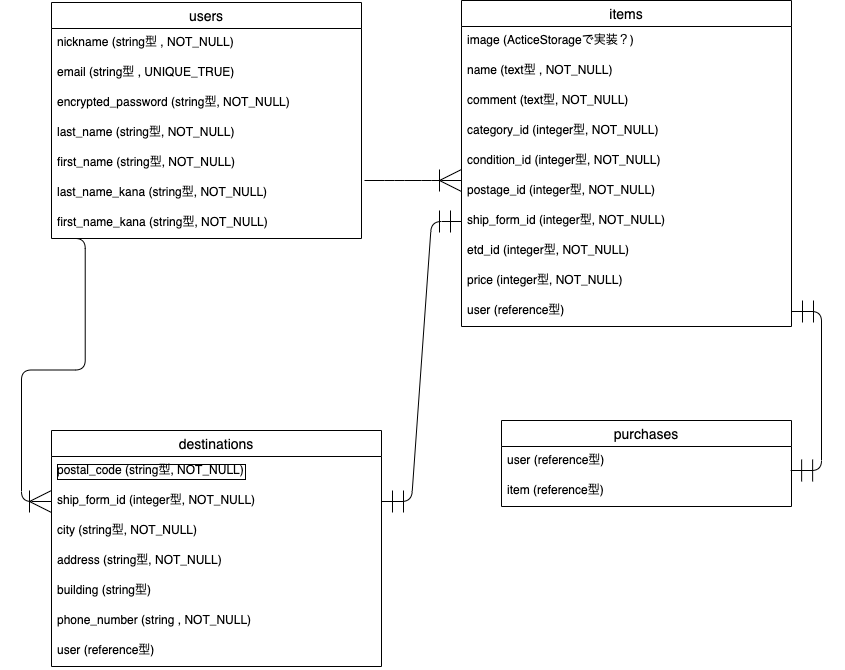
Above: config/furima-34845【ER図】.png in tn-0214/furima-34845 (draw.io), before the change. Source tidied: cells renumbered, new cells last; positions are measured from the earlier drawing's top-left corner, leaving out a move shared by most shapes. The source it was exported from:
```xml
<mxGraphModel>
  <root>
    <mxCell id="0" />
    <mxCell id="1" parent="0" />
    <mxCell id="2" value="users" style="swimlane;fontStyle=0;horizontal=1;startSize=26;align=center;fontSize=14;" parent="1" vertex="1">
      <mxGeometry y="2" width="310" height="236" as="geometry" />
    </mxCell>
    <mxCell id="3" value="nickname (string型 , NOT_NULL)" style="text;strokeColor=none;fillColor=none;spacingLeft=4;spacingRight=4;overflow=hidden;fontSize=12;" parent="2" vertex="1">
      <mxGeometry y="26" width="310" height="30" as="geometry" />
    </mxCell>
    <mxCell id="4" value="email (string型 , UNIQUE_TRUE)" style="text;strokeColor=none;fillColor=none;spacingLeft=4;spacingRight=4;overflow=hidden;fontSize=12;" parent="2" vertex="1">
      <mxGeometry y="56" width="310" height="30" as="geometry" />
    </mxCell>
    <mxCell id="5" value="encrypted_password (string型, NOT_NULL)" style="text;strokeColor=none;fillColor=none;spacingLeft=4;spacingRight=4;overflow=hidden;fontSize=12;" parent="2" vertex="1">
      <mxGeometry y="86" width="310" height="30" as="geometry" />
    </mxCell>
    <mxCell id="6" value="last_name (string型, NOT_NULL)" style="text;strokeColor=none;fillColor=none;spacingLeft=4;spacingRight=4;overflow=hidden;fontSize=12;" parent="2" vertex="1">
      <mxGeometry y="116" width="310" height="30" as="geometry" />
    </mxCell>
    <mxCell id="7" value="first_name (string型, NOT_NULL)" style="text;strokeColor=none;fillColor=none;spacingLeft=4;spacingRight=4;overflow=hidden;fontSize=12;" parent="2" vertex="1">
      <mxGeometry y="146" width="310" height="30" as="geometry" />
    </mxCell>
    <mxCell id="8" value="last_name_kana (string型, NOT_NULL)" style="text;strokeColor=none;fillColor=none;spacingLeft=4;spacingRight=4;overflow=hidden;fontSize=12;" parent="2" vertex="1">
      <mxGeometry y="176" width="310" height="30" as="geometry" />
    </mxCell>
    <mxCell id="9" value="first_name_kana (string型, NOT_NULL)" style="text;strokeColor=none;fillColor=none;spacingLeft=4;spacingRight=4;overflow=hidden;points=[[0,0.5],[1,0.5]];portConstraint=eastwest;fontSize=12;" parent="2" vertex="1">
      <mxGeometry y="206" width="310" height="30" as="geometry" />
    </mxCell>
    <mxCell id="10" value="items" style="swimlane;fontStyle=0;horizontal=1;startSize=26;align=center;fontSize=14;" parent="1" vertex="1">
      <mxGeometry x="410" width="330" height="326" as="geometry" />
    </mxCell>
    <mxCell id="11" value="image (ActiceStorageで実装？)" style="text;strokeColor=none;fillColor=none;spacingLeft=4;spacingRight=4;overflow=hidden;fontSize=12;" parent="10" vertex="1">
      <mxGeometry y="26" width="330" height="30" as="geometry" />
    </mxCell>
    <mxCell id="12" value="name (text型 , NOT_NULL)" style="text;strokeColor=none;fillColor=none;spacingLeft=4;spacingRight=4;overflow=hidden;fontSize=12;" parent="10" vertex="1">
      <mxGeometry y="56" width="330" height="30" as="geometry" />
    </mxCell>
    <mxCell id="13" value="comment (text型, NOT_NULL)" style="text;strokeColor=none;fillColor=none;spacingLeft=4;spacingRight=4;overflow=hidden;fontSize=12;" parent="10" vertex="1">
      <mxGeometry y="86" width="330" height="30" as="geometry" />
    </mxCell>
    <mxCell id="14" value="category_id (integer型, NOT_NULL)" style="text;strokeColor=none;fillColor=none;spacingLeft=4;spacingRight=4;overflow=hidden;fontSize=12;" parent="10" vertex="1">
      <mxGeometry y="116" width="330" height="30" as="geometry" />
    </mxCell>
    <mxCell id="15" value="condition_id (integer型, NOT_NULL)" style="text;strokeColor=none;fillColor=none;spacingLeft=4;spacingRight=4;overflow=hidden;fontSize=12;" parent="10" vertex="1">
      <mxGeometry y="146" width="330" height="30" as="geometry" />
    </mxCell>
    <mxCell id="16" value="postage_id (integer型, NOT_NULL)" style="text;strokeColor=none;fillColor=none;spacingLeft=4;spacingRight=4;overflow=hidden;fontSize=12;" parent="10" vertex="1">
      <mxGeometry y="176" width="330" height="30" as="geometry" />
    </mxCell>
    <mxCell id="17" value="ship_form_id (integer型, NOT_NULL)" style="text;strokeColor=none;fillColor=none;spacingLeft=4;spacingRight=4;overflow=hidden;points=[[0,0.5],[1,0.5]];portConstraint=eastwest;fontSize=12;" parent="10" vertex="1">
      <mxGeometry y="206" width="330" height="30" as="geometry" />
    </mxCell>
    <mxCell id="18" value="etd_id (integer型, NOT_NULL)" style="text;strokeColor=none;fillColor=none;spacingLeft=4;spacingRight=4;overflow=hidden;fontSize=12;" parent="10" vertex="1">
      <mxGeometry y="236" width="330" height="30" as="geometry" />
    </mxCell>
    <mxCell id="19" value="price (integer型, NOT_NULL)" style="text;strokeColor=none;fillColor=none;spacingLeft=4;spacingRight=4;overflow=hidden;fontSize=12;" parent="10" vertex="1">
      <mxGeometry y="266" width="330" height="30" as="geometry" />
    </mxCell>
    <mxCell id="20" value="user (reference型)" style="text;strokeColor=none;fillColor=none;spacingLeft=4;spacingRight=4;overflow=hidden;points=[[0,0.5],[1,0.5]];portConstraint=eastwest;fontSize=12;" parent="10" vertex="1">
      <mxGeometry y="296" width="330" height="30" as="geometry" />
    </mxCell>
    <mxCell id="21" value="destinations" style="swimlane;fontStyle=0;horizontal=1;startSize=26;align=center;fontSize=14;" parent="1" vertex="1">
      <mxGeometry y="430" width="330" height="236" as="geometry" />
    </mxCell>
    <mxCell id="22" value="postal_code (string型, NOT_NULL)" style="text;strokeColor=none;fillColor=none;spacingLeft=4;spacingRight=4;overflow=hidden;fontSize=12;labelBorderColor=#000000;" parent="21" vertex="1">
      <mxGeometry y="26" width="330" height="30" as="geometry" />
    </mxCell>
    <mxCell id="23" value="ship_form_id (integer型, NOT_NULL)" style="text;strokeColor=none;fillColor=none;spacingLeft=4;spacingRight=4;overflow=hidden;fontSize=12;" parent="21" vertex="1">
      <mxGeometry y="56" width="330" height="30" as="geometry" />
    </mxCell>
    <mxCell id="24" value="city (string型, NOT_NULL)" style="text;strokeColor=none;fillColor=none;spacingLeft=4;spacingRight=4;overflow=hidden;fontSize=12;" parent="21" vertex="1">
      <mxGeometry y="86" width="330" height="30" as="geometry" />
    </mxCell>
    <mxCell id="25" value="address (string型, NOT_NULL)" style="text;strokeColor=none;fillColor=none;spacingLeft=4;spacingRight=4;overflow=hidden;fontSize=12;" parent="21" vertex="1">
      <mxGeometry y="116" width="330" height="30" as="geometry" />
    </mxCell>
    <mxCell id="26" value="building (string型)" style="text;strokeColor=none;fillColor=none;spacingLeft=4;spacingRight=4;overflow=hidden;fontSize=12;" parent="21" vertex="1">
      <mxGeometry y="146" width="330" height="30" as="geometry" />
    </mxCell>
    <mxCell id="27" value="phone_number (string , NOT_NULL)" style="text;strokeColor=none;fillColor=none;spacingLeft=4;spacingRight=4;overflow=hidden;fontSize=12;" parent="21" vertex="1">
      <mxGeometry y="176" width="330" height="30" as="geometry" />
    </mxCell>
    <mxCell id="28" value="user (reference型)" style="text;strokeColor=none;fillColor=none;spacingLeft=4;spacingRight=4;overflow=hidden;fontSize=12;" parent="21" vertex="1">
      <mxGeometry y="206" width="330" height="30" as="geometry" />
    </mxCell>
    <mxCell id="29" style="edgeStyle=entityRelationEdgeStyle;fontSize=12;html=1;endArrow=ERoneToMany;strokeWidth=1;endSize=20;startSize=20;" parent="1" edge="1">
      <mxGeometry relative="1" as="geometry">
        <mxPoint x="313" y="180" as="sourcePoint" />
        <mxPoint x="410" y="180" as="targetPoint" />
      </mxGeometry>
    </mxCell>
    <mxCell id="30" style="edgeStyle=entityRelationEdgeStyle;fontSize=12;html=1;endArrow=ERoneToMany;strokeWidth=1;entryX=0;entryY=0.5;entryDx=0;entryDy=0;endSize=20;exitX=0.012;exitY=1;exitDx=0;exitDy=0;exitPerimeter=0;" parent="1" edge="1" source="9">
      <mxGeometry relative="1" as="geometry">
        <mxPoint y="501" as="targetPoint" />
      </mxGeometry>
    </mxCell>
    <mxCell id="31" style="edgeStyle=entityRelationEdgeStyle;fontSize=12;html=1;endArrow=ERmandOne;startArrow=ERmandOne;strokeWidth=1;endSize=20;startSize=20;exitX=1;exitY=0.5;exitDx=0;exitDy=0;entryX=0;entryY=0.5;entryDx=0;entryDy=0;" parent="1" edge="1" target="17">
      <mxGeometry relative="1" as="geometry">
        <mxPoint x="330" y="501" as="sourcePoint" />
      </mxGeometry>
    </mxCell>
    <mxCell id="32" value="purchases" style="swimlane;fontStyle=0;horizontal=1;startSize=26;align=center;fontSize=14;" parent="1" vertex="1">
      <mxGeometry x="450" y="420" width="290" height="86" as="geometry" />
    </mxCell>
    <mxCell id="33" value="user (reference型)" style="text;strokeColor=none;fillColor=none;spacingLeft=4;spacingRight=4;overflow=hidden;points=[[0,0.5],[1,0.5]];portConstraint=eastwest;fontSize=12;" parent="32" vertex="1">
      <mxGeometry y="26" width="290" height="30" as="geometry" />
    </mxCell>
    <mxCell id="34" value="item (reference型)" style="text;strokeColor=none;fillColor=none;spacingLeft=4;spacingRight=4;overflow=hidden;points=[[0,0.5],[1,0.5]];portConstraint=eastwest;fontSize=12;" parent="32" vertex="1">
      <mxGeometry y="56" width="290" height="30" as="geometry" />
    </mxCell>
    <mxCell id="35" style="edgeStyle=entityRelationEdgeStyle;fontSize=12;html=1;endArrow=ERmandOne;startArrow=ERmandOne;entryX=0.997;entryY=0.8;entryDx=0;entryDy=0;entryPerimeter=0;endSize=20;startSize=20;" parent="1" edge="1" source="20" target="33">
      <mxGeometry relative="1" as="geometry" />
    </mxCell>
  </root>
</mxGraphModel>
```
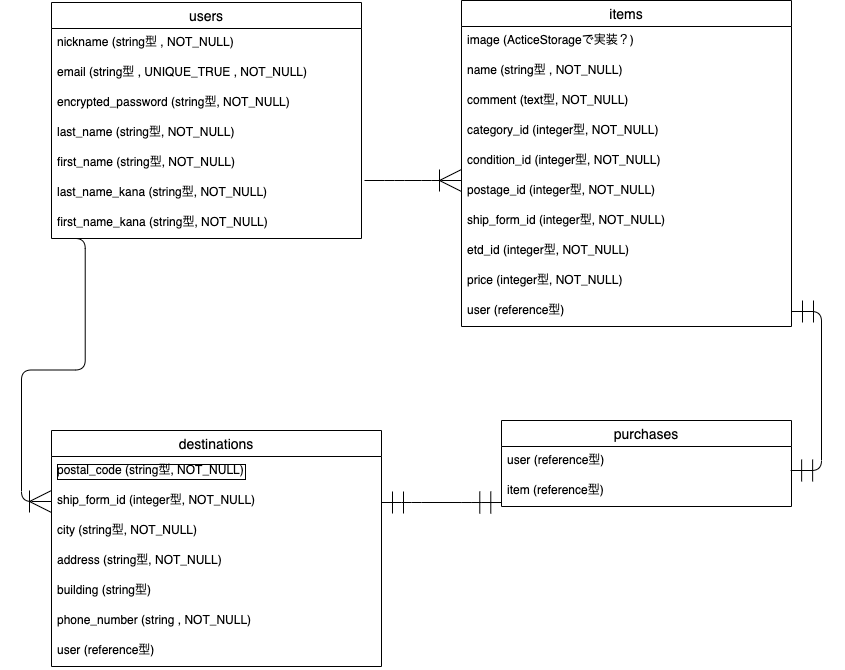
After the change.

Diff of the diagram source:
```diff
@@ -8,7 +8,7 @@
     <mxCell id="3" value="nickname (string型 , NOT_NULL)" style="text;strokeColor=none;fillColor=none;spacingLeft=4;spacingRight=4;overflow=hidden;fontSize=12;" parent="2" vertex="1">
       <mxGeometry y="26" width="310" height="30" as="geometry" />
     </mxCell>
-    <mxCell id="4" value="email (string型 , UNIQUE_TRUE)" style="text;strokeColor=none;fillColor=none;spacingLeft=4;spacingRight=4;overflow=hidden;fontSize=12;" parent="2" vertex="1">
+    <mxCell id="4" value="email (string型 , UNIQUE_TRUE , NOT_NULL)" style="text;strokeColor=none;fillColor=none;spacingLeft=4;spacingRight=4;overflow=hidden;fontSize=12;" parent="2" vertex="1">
       <mxGeometry y="56" width="310" height="30" as="geometry" />
     </mxCell>
     <mxCell id="5" value="encrypted_password (string型, NOT_NULL)" style="text;strokeColor=none;fillColor=none;spacingLeft=4;spacingRight=4;overflow=hidden;fontSize=12;" parent="2" vertex="1">
@@ -32,7 +32,7 @@
     <mxCell id="11" value="image (ActiceStorageで実装？)" style="text;strokeColor=none;fillColor=none;spacingLeft=4;spacingRight=4;overflow=hidden;fontSize=12;" parent="10" vertex="1">
       <mxGeometry y="26" width="330" height="30" as="geometry" />
     </mxCell>
-    <mxCell id="12" value="name (text型 , NOT_NULL)" style="text;strokeColor=none;fillColor=none;spacingLeft=4;spacingRight=4;overflow=hidden;fontSize=12;" parent="10" vertex="1">
+    <mxCell id="12" value="name (string型 , NOT_NULL)" style="text;strokeColor=none;fillColor=none;spacingLeft=4;spacingRight=4;overflow=hidden;fontSize=12;" parent="10" vertex="1">
       <mxGeometry y="56" width="330" height="30" as="geometry" />
     </mxCell>
     <mxCell id="13" value="comment (text型, NOT_NULL)" style="text;strokeColor=none;fillColor=none;spacingLeft=4;spacingRight=4;overflow=hidden;fontSize=12;" parent="10" vertex="1">
@@ -94,9 +94,9 @@
         <mxPoint y="501" as="targetPoint" />
       </mxGeometry>
     </mxCell>
-    <mxCell id="31" style="edgeStyle=entityRelationEdgeStyle;fontSize=12;html=1;endArrow=ERmandOne;startArrow=ERmandOne;strokeWidth=1;endSize=20;startSize=20;exitX=1;exitY=0.5;exitDx=0;exitDy=0;entryX=0;entryY=0.5;entryDx=0;entryDy=0;" parent="1" edge="1" target="17">
+    <mxCell id="31" style="edgeStyle=entityRelationEdgeStyle;fontSize=12;html=1;endArrow=ERmandOne;startArrow=ERmandOne;strokeWidth=1;endSize=20;startSize=20;entryX=0.001;entryY=0.867;entryDx=0;entryDy=0;entryPerimeter=0;" parent="1" edge="1" target="34">
       <mxGeometry relative="1" as="geometry">
-        <mxPoint x="330" y="501" as="sourcePoint" />
+        <mxPoint x="330" y="502" as="sourcePoint" />
       </mxGeometry>
     </mxCell>
     <mxCell id="32" value="purchases" style="swimlane;fontStyle=0;horizontal=1;startSize=26;align=center;fontSize=14;" parent="1" vertex="1">
```
